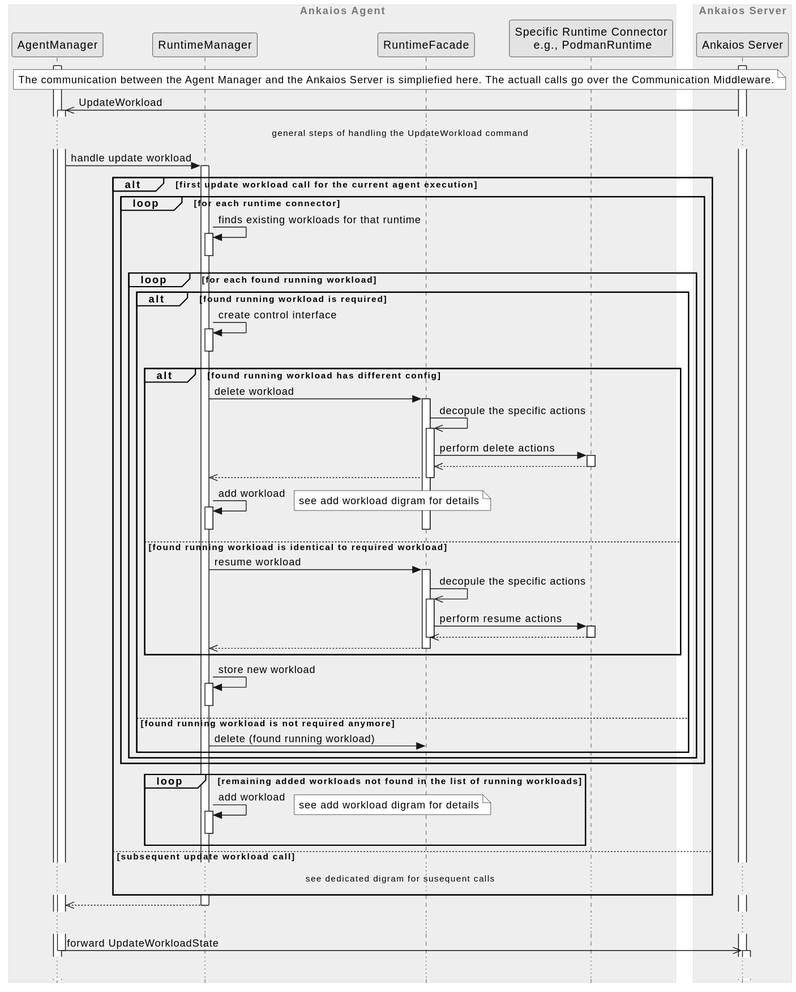
Before: agent/doc/swdesign/plantuml/seq_update_workload_initial.svg, a diagram exported from PlantUML (eclipse-ankaios/ankaios).
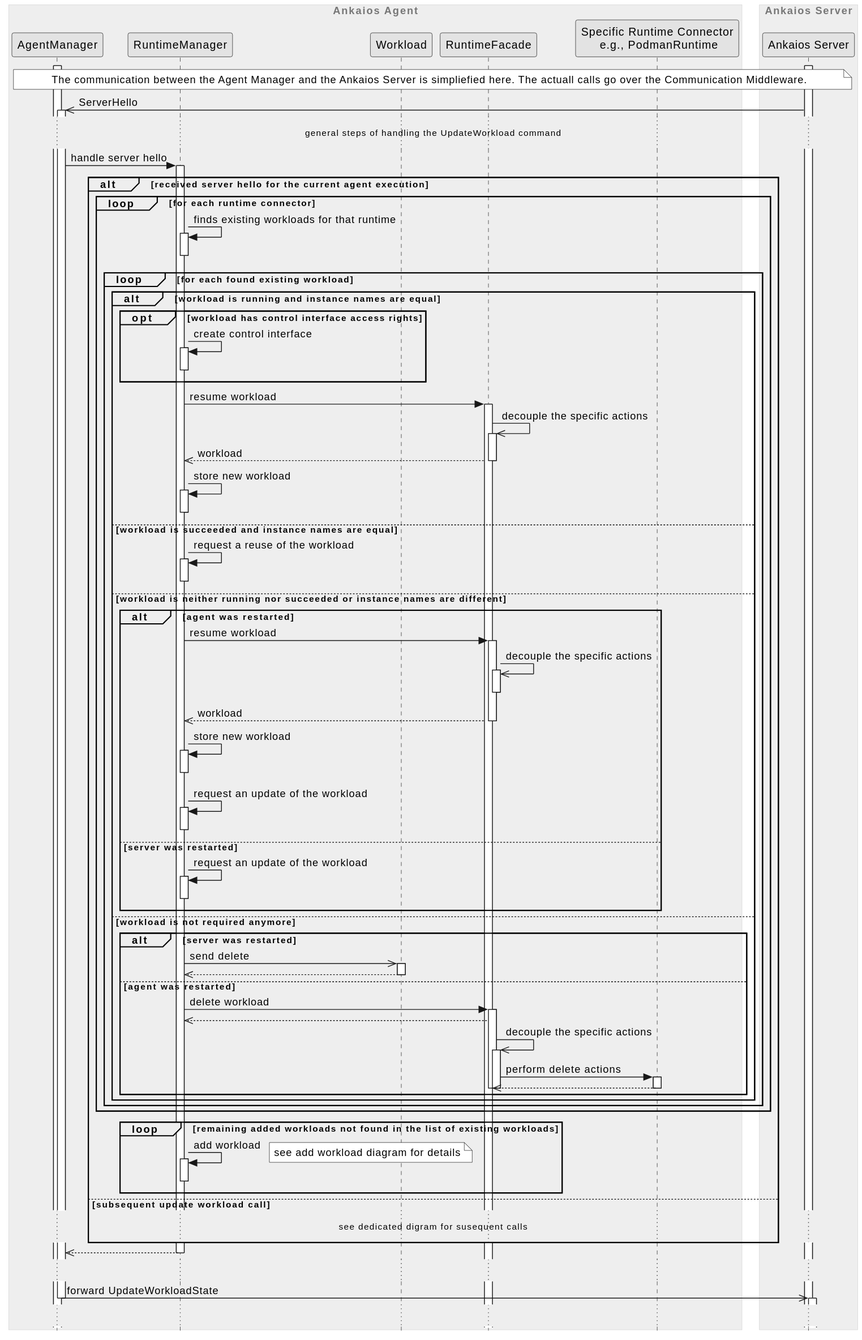
Above is the later version.

Change to the diagram source:
```diff
@@ -5,6 +5,7 @@
     participant "AgentManager" as manager
 
     participant "RuntimeManager" as runtime_manager
+    participant "Workload" as workload
     participant "RuntimeFacade" as wl_facade
 
     participant "Specific Runtime Connector\n e.g., PodmanRuntime" as runtime
@@ -22,54 +23,59 @@
 The communication between the Agent Manager and the Ankaios Server is simpliefied here. The actuall calls go over the Communication Middleware.
 end note
 
-manager <<- server ++: UpdateWorkload
+manager <<- server ++: ServerHello
 
 ... general steps of handling the UpdateWorkload command ...
 
-manager -> runtime_manager ++: handle update workload
+manager -> runtime_manager ++: handle server hello
 
-alt first update workload call for the current agent execution
+alt received server hello for the current agent execution
 
 loop for each runtime connector
     runtime_manager -> runtime_manager ++--: finds existing workloads for that runtime
 
-    loop for each found running workload
-        alt found running workload is required
-            runtime_manager -> runtime_manager++--: create control interface
+    loop for each found existing workload
+        alt workload is running and instance names are equal
+            opt workload has control interface access rights
+                runtime_manager -> runtime_manager++--: create control interface
+            end
+            runtime_manager -> wl_facade++: resume workload
+            wl_facade ->> wl_facade ++: decouple the specific actions
+            wl_facade -->> runtime_manager--: workload
+            runtime_manager -> runtime_manager++--: store new workload
 
-            alt found running workload has different config
+        else workload is succeeded and instance names are equal
+            runtime_manager -> runtime_manager++--: request a reuse of the workload
+        else workload is neither running nor succeeded or instance names are different
+            alt agent was restarted
+                runtime_manager -> wl_facade++: resume workload
+                wl_facade ->> wl_facade ++--: decouple the specific actions
+                wl_facade -->> runtime_manager--: workload
+                runtime_manager -> runtime_manager++--: store new workload
+                runtime_manager -> runtime_manager++--: request an update of the workload
+            else server was restarted
+                runtime_manager -> runtime_manager++--: request an update of the workload
+            end
+        else workload is not required anymore
+            alt server was restarted
+                runtime_manager ->> workload++: send delete
+                workload -->> runtime_manager--
+            else agent was restarted
                 runtime_manager -> wl_facade++: delete workload
-                wl_facade ->> wl_facade ++: decopule the specific actions
+                wl_facade -->> runtime_manager
+                wl_facade ->> wl_facade ++: decouple the specific actions
                 wl_facade -> runtime++: perform delete actions
                 runtime -->> wl_facade--
-                wl_facade -->> runtime_manager--
-                runtime_manager -> runtime_manager ++--: add workload
-                note right
-                    see add workload digram for details
-                endnote
                 deactivate wl_facade
-            else found running workload is identical to required workload
-                runtime_manager -> wl_facade++: resume workload
-                wl_facade ->> wl_facade ++: decopule the specific actions
-                wl_facade -> runtime++: perform resume actions
-                runtime -->> wl_facade--
                 deactivate wl_facade
-                wl_facade -->> runtime_manager--
             end
-
-            runtime_manager -> runtime_manager++--: store new workload
-
-        else found running workload is not required anymore
-            runtime_manager -> wl_facade: delete (found running workload)
         end
     end
 end
 
-loop remaining added workloads not found in the list of running workloads
+loop remaining added workloads not found in the list of existing workloads
         runtime_manager -> runtime_manager ++--: add workload
-        note right
-            see add workload digram for details
-        endnote
+        note right: see add workload diagram for details
 end
 
 
```
